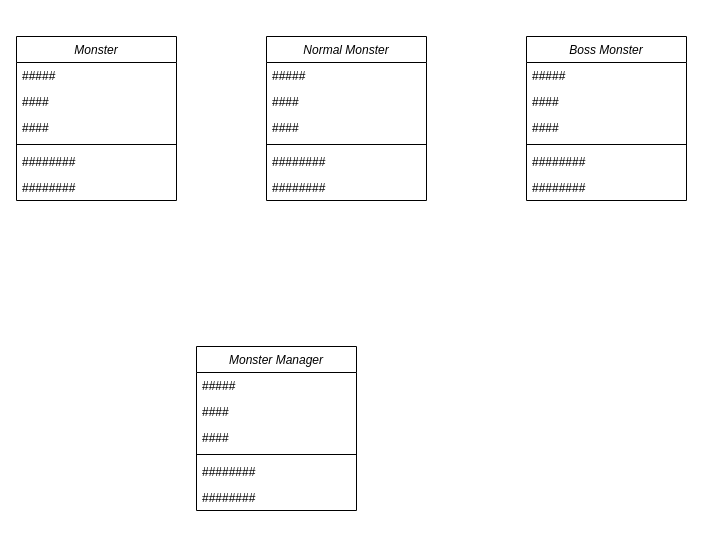
Earlier version of the draw.io diagram page "Monster" (5 of 11) of Untitled Diagram.drawio (HanhND2/assignment-03-class-sequence-diagram-). Source tidied: cells renumbered, new cells numbered last; positions are measured from the earlier drawing's top-left corner, leaving out a move shared by most shapes. Both pictures are drawn from the tidied source at 100%, with x=0, y=0 at pixel (16, 36).
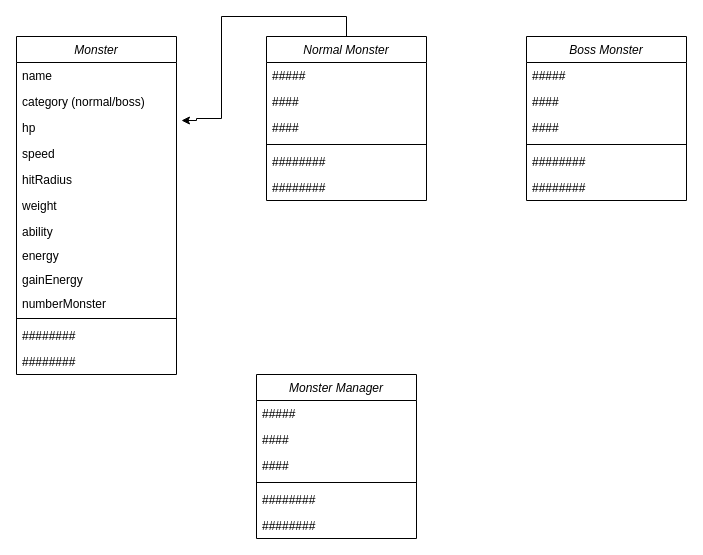
The same page after the edit.

Unchanged cells that the change refers to:
```xml
<mxCell id="9" value="Normal Monster&#10;" style="swimlane;fontStyle=2;align=center;verticalAlign=top;horizontal=1;startSize=26;rounded=0;shadow=0;strokeWidth=1;" parent="1" vertex="1">
  <mxGeometry x="250" width="160" height="164" as="geometry" />
</mxCell>
```

What changed in the source:
```diff
@@
     <mxCell id="2" value="Monster&#10;" style="swimlane;fontStyle=2;align=center;verticalAlign=top;horizontal=1;startSize=26;rounded=0;shadow=0;strokeWidth=1;" parent="1" vertex="1">
-      <mxGeometry width="160" height="164" as="geometry" />
+      <mxGeometry width="160" height="338" as="geometry" />
     </mxCell>
-    <mxCell id="3" value="#####" style="text;align=left;verticalAlign=top;spacingLeft=4;spacingRight=4;overflow=hidden;" parent="2" vertex="1">
+    <mxCell id="3" value="name" style="text;align=left;verticalAlign=top;spacingLeft=4;spacingRight=4;overflow=hidden;" parent="2" vertex="1">
       <mxGeometry y="26" width="160" height="26" as="geometry" />
     </mxCell>
-    <mxCell id="4" value="####" style="text;align=left;verticalAlign=top;spacingLeft=4;spacingRight=4;overflow=hidden;rounded=0;shadow=0;html=0;" parent="2" vertex="1">
+    <mxCell id="4" value="category (normal/boss)" style="text;align=left;verticalAlign=top;spacingLeft=4;spacingRight=4;overflow=hidden;rounded=0;shadow=0;html=0;" parent="2" vertex="1">
       <mxGeometry y="52" width="160" height="26" as="geometry" />
     </mxCell>
-    <mxCell id="5" value="####" style="text;align=left;verticalAlign=top;spacingLeft=4;spacingRight=4;overflow=hidden;points=[[0,0.5],[1,0.5]];portConstraint=eastwest;rounded=0;shadow=0;html=0;" parent="2" vertex="1">
+    <mxCell id="5" value="hp        " style="text;align=left;verticalAlign=top;spacingLeft=4;spacingRight=4;overflow=hidden;points=[[0,0.5],[1,0.5]];portConstraint=eastwest;rounded=0;shadow=0;html=0;" parent="2" vertex="1">
       <mxGeometry y="78" width="160" height="26" as="geometry" />
     </mxCell>
+    <mxCell id="30" value="speed" style="text;align=left;verticalAlign=top;spacingLeft=4;spacingRight=4;overflow=hidden;rounded=0;shadow=0;html=0;" parent="2" vertex="1">
+      <mxGeometry y="104" width="160" height="26" as="geometry" />
+    </mxCell>
+    <mxCell id="31" value="hitRadius" style="text;align=left;verticalAlign=top;spacingLeft=4;spacingRight=4;overflow=hidden;rounded=0;shadow=0;html=0;" parent="2" vertex="1">
+      <mxGeometry y="130" width="160" height="26" as="geometry" />
+    </mxCell>
+    <mxCell id="32" value="weight" style="text;align=left;verticalAlign=top;spacingLeft=4;spacingRight=4;overflow=hidden;rounded=0;shadow=0;html=0;" parent="2" vertex="1">
+      <mxGeometry y="156" width="160" height="26" as="geometry" />
+    </mxCell>
+    <mxCell id="33" value="ability    " style="text;align=left;verticalAlign=top;spacingLeft=4;spacingRight=4;overflow=hidden;rounded=0;shadow=0;html=0;" parent="2" vertex="1">
+      <mxGeometry y="182" width="160" height="24" as="geometry" />
+    </mxCell>
+    <mxCell id="34" value="energy" style="text;align=left;verticalAlign=top;spacingLeft=4;spacingRight=4;overflow=hidden;rounded=0;shadow=0;html=0;" parent="2" vertex="1">
+      <mxGeometry y="206" width="160" height="24" as="geometry" />
+    </mxCell>
+    <mxCell id="35" value="gainEnergy" style="text;align=left;verticalAlign=top;spacingLeft=4;spacingRight=4;overflow=hidden;rounded=0;shadow=0;html=0;" parent="2" vertex="1">
+      <mxGeometry y="230" width="160" height="24" as="geometry" />
+    </mxCell>
+    <mxCell id="36" value="numberMonster" style="text;align=left;verticalAlign=top;spacingLeft=4;spacingRight=4;overflow=hidden;rounded=0;shadow=0;html=0;" parent="2" vertex="1">
+      <mxGeometry y="254" width="160" height="24" as="geometry" />
+    </mxCell>
     <mxCell id="6" style="line;html=1;strokeWidth=1;align=left;verticalAlign=middle;spacingTop=-1;spacingLeft=3;spacingRight=3;labelPosition=right;" parent="2" vertex="1">
-      <mxGeometry y="104" width="160" height="8" as="geometry" />
+      <mxGeometry y="278" width="160" height="8" as="geometry" />
     </mxCell>
     <mxCell id="7" value="########" style="text;align=left;verticalAlign=top;spacingLeft=4;spacingRight=4;overflow=hidden;" parent="2" vertex="1">
-      <mxGeometry y="112" width="160" height="26" as="geometry" />
+      <mxGeometry y="286" width="160" height="26" as="geometry" />
     </mxCell>
     <mxCell id="8" value="########" style="text;align=left;verticalAlign=top;spacingLeft=4;spacingRight=4;overflow=hidden;" parent="2" vertex="1">
-      <mxGeometry y="138" width="160" height="26" as="geometry" />
+      <mxGeometry y="312" width="160" height="26" as="geometry" />
     </mxCell>
+    <mxCell id="37" style="edgeStyle=orthogonalEdgeStyle;rounded=0;jettySize=auto;html=1;exitX=0.5;exitY=0;exitDx=0;exitDy=0;entryX=1.031;entryY=0.231;entryDx=0;entryDy=0;entryPerimeter=0;" parent="1" edge="1" source="9" target="5">
+      <mxGeometry relative="1" as="geometry">
+        <Array as="points">
+          <mxPoint x="330" y="-20" />
+          <mxPoint x="205" y="-20" />
+          <mxPoint x="205" y="82" />
+          <mxPoint x="180" y="82" />
+          <mxPoint x="180" y="84" />
+        </Array>
+      </mxGeometry>
+    </mxCell>
@@
     <mxCell id="23" value="Monster Manager&#10;" style="swimlane;fontStyle=2;align=center;verticalAlign=top;horizontal=1;startSize=26;rounded=0;shadow=0;strokeWidth=1;" parent="1" vertex="1">
-      <mxGeometry x="180" y="310" width="160" height="164" as="geometry" />
+      <mxGeometry x="240" y="338" width="160" height="164" as="geometry" />
     </mxCell>
```
